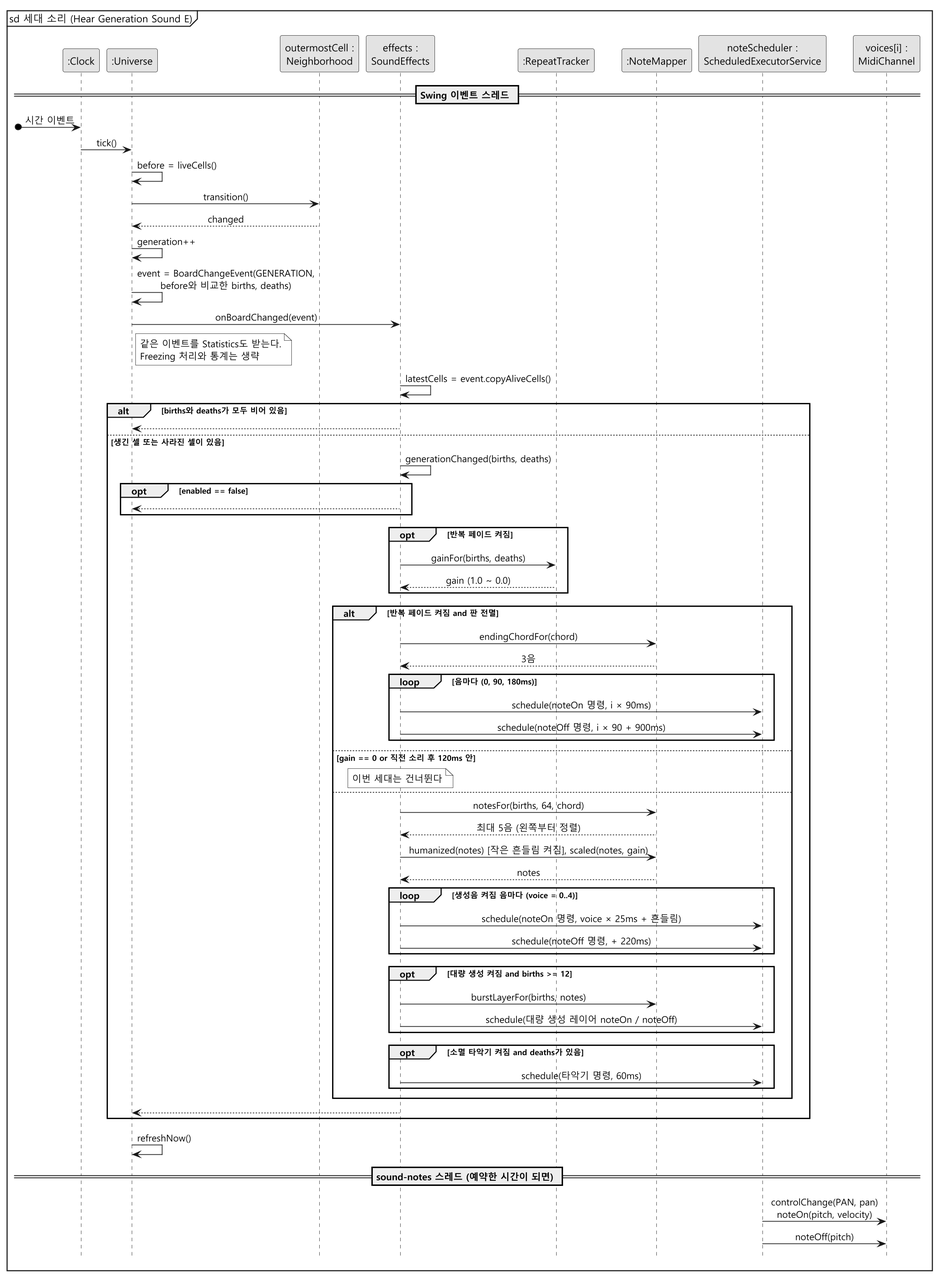
mckimR1972/DP_team_project keeps this PlantUML diagram as docs/sound-effects/diagram/sd-generation.png. Above is the earlier version.
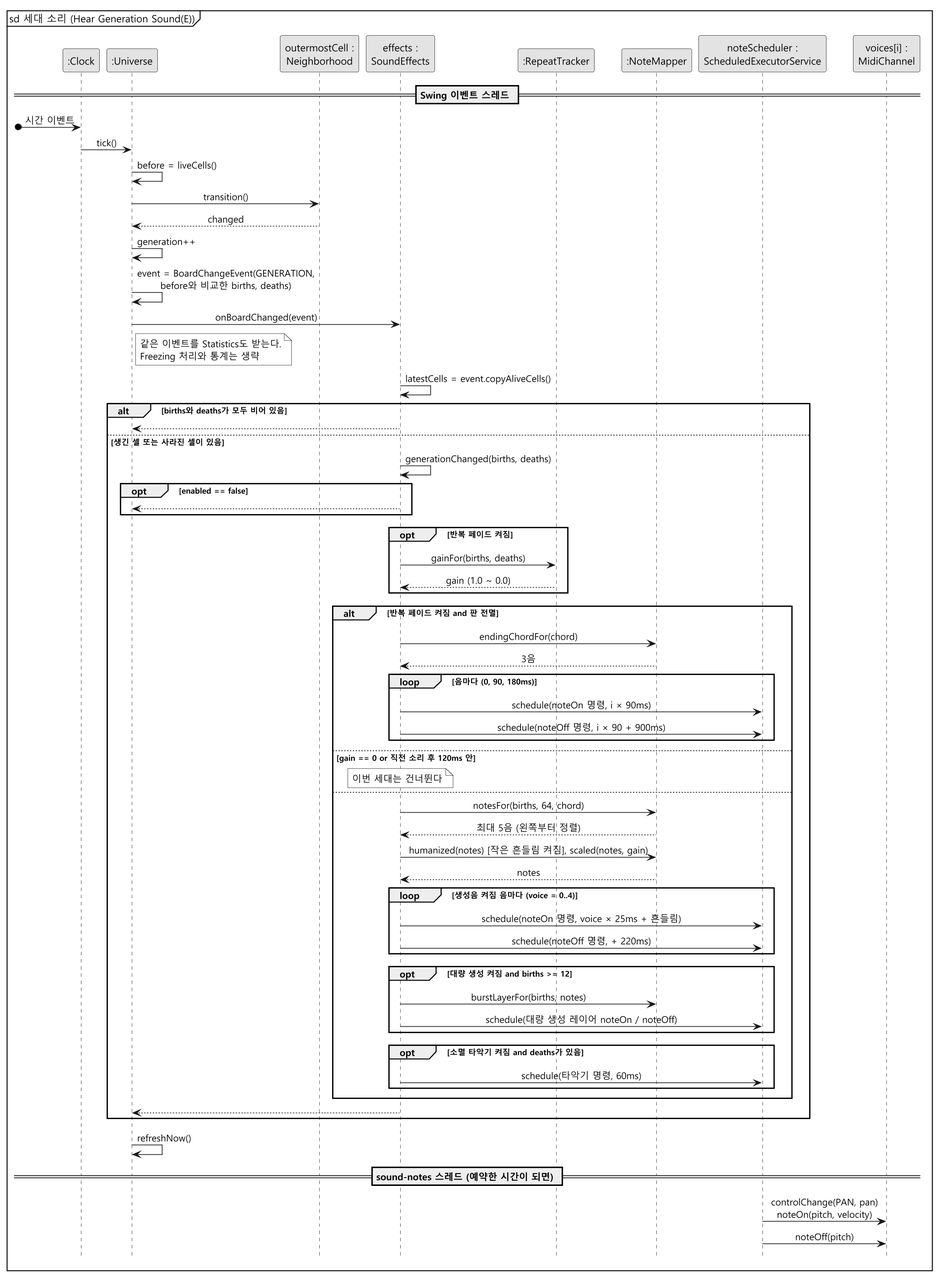
After the commit.

The edit, as a diff of the source:
```diff
@@ -5,7 +5,7 @@
 skinparam defaultFontName "Malgun Gothic"
 skinparam sequenceMessageAlign center
 hide footbox
-mainframe sd 세대 소리 (Hear Generation Sound E)
+mainframe sd 세대 소리 (Hear Generation Sound(E))
 
 participant ":Clock" as C
 participant ":Universe" as U
```
